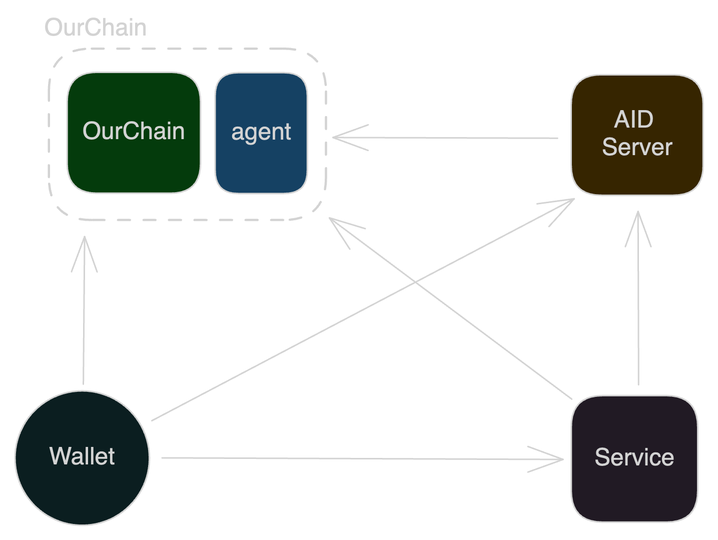
Before: doc/overview-t4.png, a diagram exported from Excalidraw (leon123858/aid). Source tidied: one line per element, renumbered; positions are measured from the earlier drawing's top-left corner, leaving out a move shared by most shapes.
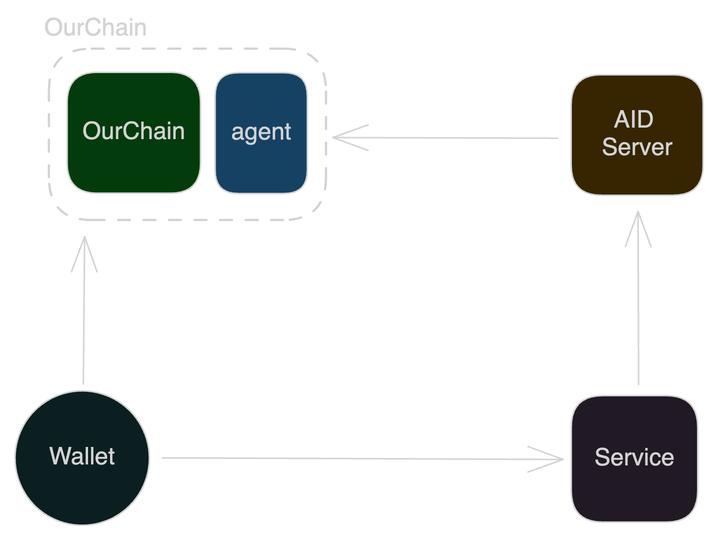
After the change.

What changed in the source:
```diff
@@ -14,5 +14,3 @@
 {"id": 13, "type": "rectangle", "strokeColor": "#1e1e1e", "backgroundColor": "#a5d8ff", "fillStyle": "solid", "strokeWidth": 1, "roughness": 0, "round": true, "x": 133, "y": 38, "width": 61, "height": 80}
 {"id": 14, "type": "text", "text": "agent", "strokeColor": "#1e1e1e", "backgroundColor": "#b2f2bb", "fillStyle": "solid", "strokeWidth": 1, "roughness": 0, "fontSize": 16, "fontFamily": 2, "textAlign": "center", "verticalAlign": "middle", "inside": 13, "x": 144, "y": 69, "width": 40, "height": 18}
 {"id": 15, "type": "text", "text": "OurChain", "strokeColor": "#1e1e1e", "backgroundColor": "#a5d8ff", "fillStyle": "solid", "strokeWidth": 1, "roughness": 0, "fontSize": 16, "fontFamily": 2, "x": 20, "y": 0, "width": 68, "height": 18}
-{"id": 16, "type": "arrow", "strokeColor": "#1e1e1e", "backgroundColor": "#f8f0fc", "fillStyle": "solid", "strokeWidth": 1, "roughness": 0, "endArrowhead": "arrow", "round": true, "from": 0, "to": 8, "x": 91, "y": 270, "width": 281, "height": 148, "points": [[0, 0], [281, -148]]}
-{"id": 17, "type": "arrow", "strokeColor": "#1e1e1e", "backgroundColor": "#f8f0fc", "fillStyle": "solid", "strokeWidth": 1, "roughness": 0, "endArrowhead": "arrow", "round": true, "from": 2, "to": 10, "x": 371, "y": 256, "width": 162, "height": 121, "points": [[0, 0], [-162, -121]]}
```
